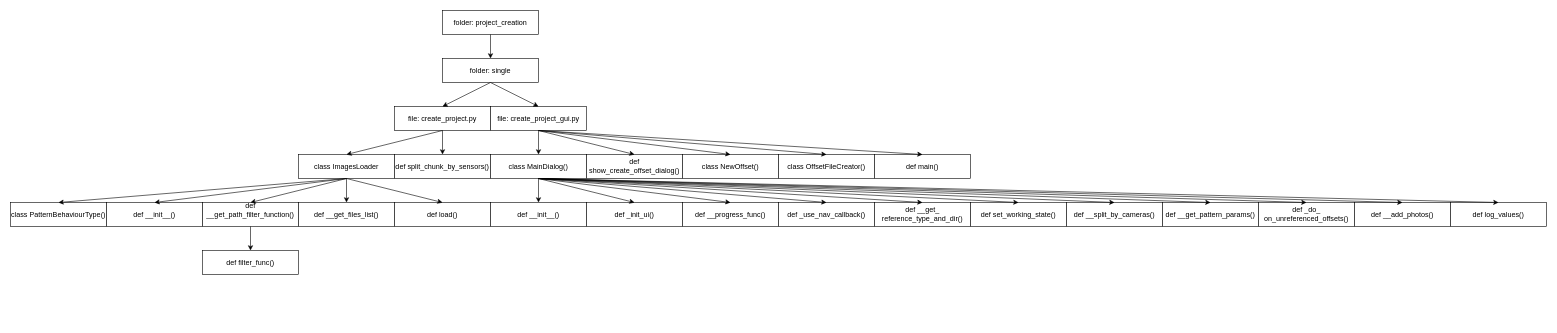
Before: CreateProjectFromDir.drawio in go-enov/diagrams, a draw.io diagram. Source tidied: cells renumbered, new cells numbered last; positions are measured from the earlier drawing's top-left corner, leaving out a move shared by most shapes. Both pictures are drawn from the tidied source at 60%, with x=0, y=0 at pixel (10, 10).
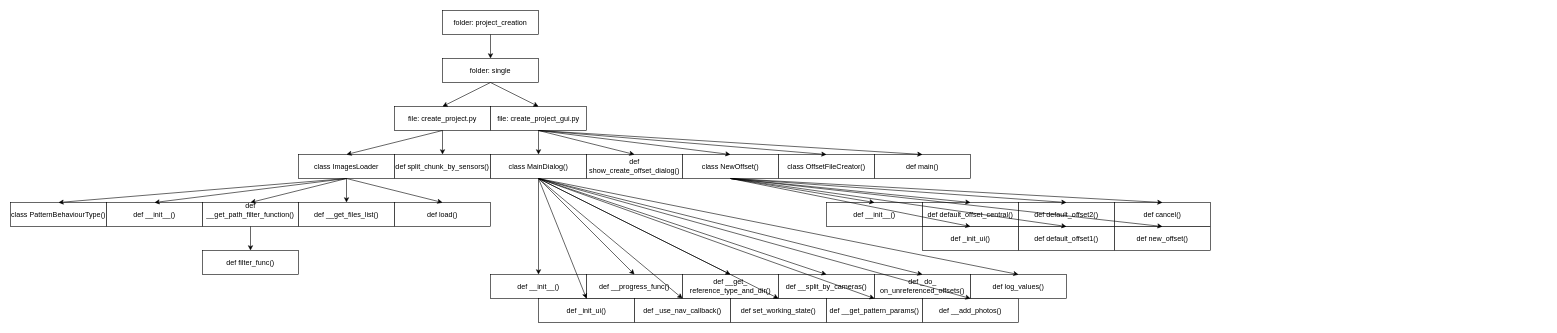
The same diagram, later.

Commit message:
class NewOffset(): tree

The change refers to these unchanged cells:
```xml
<mxCell id="27" value="class NewOffset()" style="rounded=0;whiteSpace=wrap;html=1;" parent="1" vertex="1">
  <mxGeometry x="1120" y="240" width="160" height="40" as="geometry" />
</mxCell>
```

Change to the diagram source:
```diff
@@
     <mxCell id="35" value="def __init__()" style="rounded=0;whiteSpace=wrap;html=1;" parent="1" vertex="1">
-      <mxGeometry x="800" y="320" width="160" height="40" as="geometry" />
+      <mxGeometry x="800" y="440" width="160" height="40" as="geometry" />
     </mxCell>
     <mxCell id="36" value="def _init_ui()" style="rounded=0;whiteSpace=wrap;html=1;" parent="1" vertex="1">
-      <mxGeometry x="960" y="320" width="160" height="40" as="geometry" />
+      <mxGeometry x="880" y="480" width="160" height="40" as="geometry" />
     </mxCell>
     <mxCell id="37" value="def __progress_func()" style="rounded=0;whiteSpace=wrap;html=1;" parent="1" vertex="1">
-      <mxGeometry x="1120" y="320" width="160" height="40" as="geometry" />
+      <mxGeometry x="960" y="440" width="160" height="40" as="geometry" />
     </mxCell>
     <mxCell id="38" value="def _use_nav_callback()" style="rounded=0;whiteSpace=wrap;html=1;" parent="1" vertex="1">
-      <mxGeometry x="1280" y="320" width="160" height="40" as="geometry" />
+      <mxGeometry x="1040" y="480" width="160" height="40" as="geometry" />
     </mxCell>
     <mxCell id="39" value="def __get_ reference_type_and_dir()" style="rounded=0;whiteSpace=wrap;html=1;" parent="1" vertex="1">
-      <mxGeometry x="1440" y="320" width="160" height="40" as="geometry" />
+      <mxGeometry x="1120" y="440" width="160" height="40" as="geometry" />
     </mxCell>
     <mxCell id="40" value="def set_working_state()" style="rounded=0;whiteSpace=wrap;html=1;" parent="1" vertex="1">
-      <mxGeometry x="1600" y="320" width="160" height="40" as="geometry" />
+      <mxGeometry x="1200" y="480" width="160" height="40" as="geometry" />
     </mxCell>
     <mxCell id="41" value="def __split_by_cameras()" style="rounded=0;whiteSpace=wrap;html=1;" parent="1" vertex="1">
-      <mxGeometry x="1760" y="320" width="160" height="40" as="geometry" />
+      <mxGeometry x="1280" y="440" width="160" height="40" as="geometry" />
     </mxCell>
     <mxCell id="42" value="def __get_pattern_params()" style="rounded=0;whiteSpace=wrap;html=1;" parent="1" vertex="1">
-      <mxGeometry x="1920" y="320" width="160" height="40" as="geometry" />
+      <mxGeometry x="1360" y="480" width="160" height="40" as="geometry" />
     </mxCell>
     <mxCell id="43" value="def _do_ on_unreferenced_offsets()" style="rounded=0;whiteSpace=wrap;html=1;" parent="1" vertex="1">
-      <mxGeometry x="2080" y="320" width="160" height="40" as="geometry" />
+      <mxGeometry x="1440" y="440" width="160" height="40" as="geometry" />
     </mxCell>
     <mxCell id="44" value="def __add_photos()" style="rounded=0;whiteSpace=wrap;html=1;" parent="1" vertex="1">
-      <mxGeometry x="2240" y="320" width="160" height="40" as="geometry" />
+      <mxGeometry x="1520" y="480" width="160" height="40" as="geometry" />
     </mxCell>
     <mxCell id="45" value="def log_values()" style="rounded=0;whiteSpace=wrap;html=1;" parent="1" vertex="1">
-      <mxGeometry x="2400" y="320" width="160" height="40" as="geometry" />
+      <mxGeometry x="1600" y="440" width="160" height="40" as="geometry" />
     </mxCell>
@@
+    <mxCell id="57" value="def __init__()" style="rounded=0;whiteSpace=wrap;html=1;" parent="1" vertex="1">
+      <mxGeometry x="1360" y="320" width="160" height="40" as="geometry" />
+    </mxCell>
+    <mxCell id="58" value="def _init_ui()" style="rounded=0;whiteSpace=wrap;html=1;" parent="1" vertex="1">
+      <mxGeometry x="1520" y="360" width="160" height="40" as="geometry" />
+    </mxCell>
+    <mxCell id="59" value="def default_offset_central()" style="rounded=0;whiteSpace=wrap;html=1;" parent="1" vertex="1">
+      <mxGeometry x="1520" y="320" width="160" height="40" as="geometry" />
+    </mxCell>
+    <mxCell id="60" value="def default_offset1()" style="rounded=0;whiteSpace=wrap;html=1;" parent="1" vertex="1">
+      <mxGeometry x="1680" y="360" width="160" height="40" as="geometry" />
+    </mxCell>
+    <mxCell id="61" value="def default_offset2()" style="rounded=0;whiteSpace=wrap;html=1;" parent="1" vertex="1">
+      <mxGeometry x="1680" y="320" width="160" height="40" as="geometry" />
+    </mxCell>
+    <mxCell id="62" value="def new_offset()" style="rounded=0;whiteSpace=wrap;html=1;" parent="1" vertex="1">
+      <mxGeometry x="1840" y="360" width="160" height="40" as="geometry" />
+    </mxCell>
+    <mxCell id="63" value="def cancel()" style="rounded=0;whiteSpace=wrap;html=1;" parent="1" vertex="1">
+      <mxGeometry x="1840" y="320" width="160" height="40" as="geometry" />
+    </mxCell>
+    <mxCell id="64" style="endArrow=classic;html=1;rounded=0;exitX=0.5;exitY=1;exitDx=0;exitDy=0;entryX=0.5;entryY=0;entryDx=0;entryDy=0;" parent="1" edge="1" source="27" target="57">
+      <mxGeometry relative="1" as="geometry" />
+    </mxCell>
+    <mxCell id="65" style="endArrow=classic;html=1;rounded=0;exitX=0.5;exitY=1;exitDx=0;exitDy=0;entryX=0.5;entryY=0;entryDx=0;entryDy=0;" parent="1" edge="1" source="27" target="58">
+      <mxGeometry relative="1" as="geometry" />
+    </mxCell>
+    <mxCell id="66" style="endArrow=classic;html=1;rounded=0;exitX=0.5;exitY=1;exitDx=0;exitDy=0;entryX=0.5;entryY=0;entryDx=0;entryDy=0;" parent="1" edge="1" source="27" target="59">
+      <mxGeometry relative="1" as="geometry" />
+    </mxCell>
+    <mxCell id="67" style="endArrow=classic;html=1;rounded=0;exitX=0.5;exitY=1;exitDx=0;exitDy=0;entryX=0.5;entryY=0;entryDx=0;entryDy=0;" parent="1" edge="1" source="27" target="60">
+      <mxGeometry relative="1" as="geometry" />
+    </mxCell>
+    <mxCell id="68" style="endArrow=classic;html=1;rounded=0;exitX=0.5;exitY=1;exitDx=0;exitDy=0;entryX=0.5;entryY=0;entryDx=0;entryDy=0;" parent="1" edge="1" source="27" target="61">
+      <mxGeometry relative="1" as="geometry" />
+    </mxCell>
+    <mxCell id="69" style="endArrow=classic;html=1;rounded=0;exitX=0.5;exitY=1;exitDx=0;exitDy=0;entryX=0.5;entryY=0;entryDx=0;entryDy=0;" parent="1" edge="1" source="27" target="62">
+      <mxGeometry relative="1" as="geometry" />
+    </mxCell>
+    <mxCell id="70" style="endArrow=classic;html=1;rounded=0;exitX=0.5;exitY=1;exitDx=0;exitDy=0;entryX=0.5;entryY=0;entryDx=0;entryDy=0;" parent="1" edge="1" source="27" target="63">
+      <mxGeometry relative="1" as="geometry" />
+    </mxCell>
```
